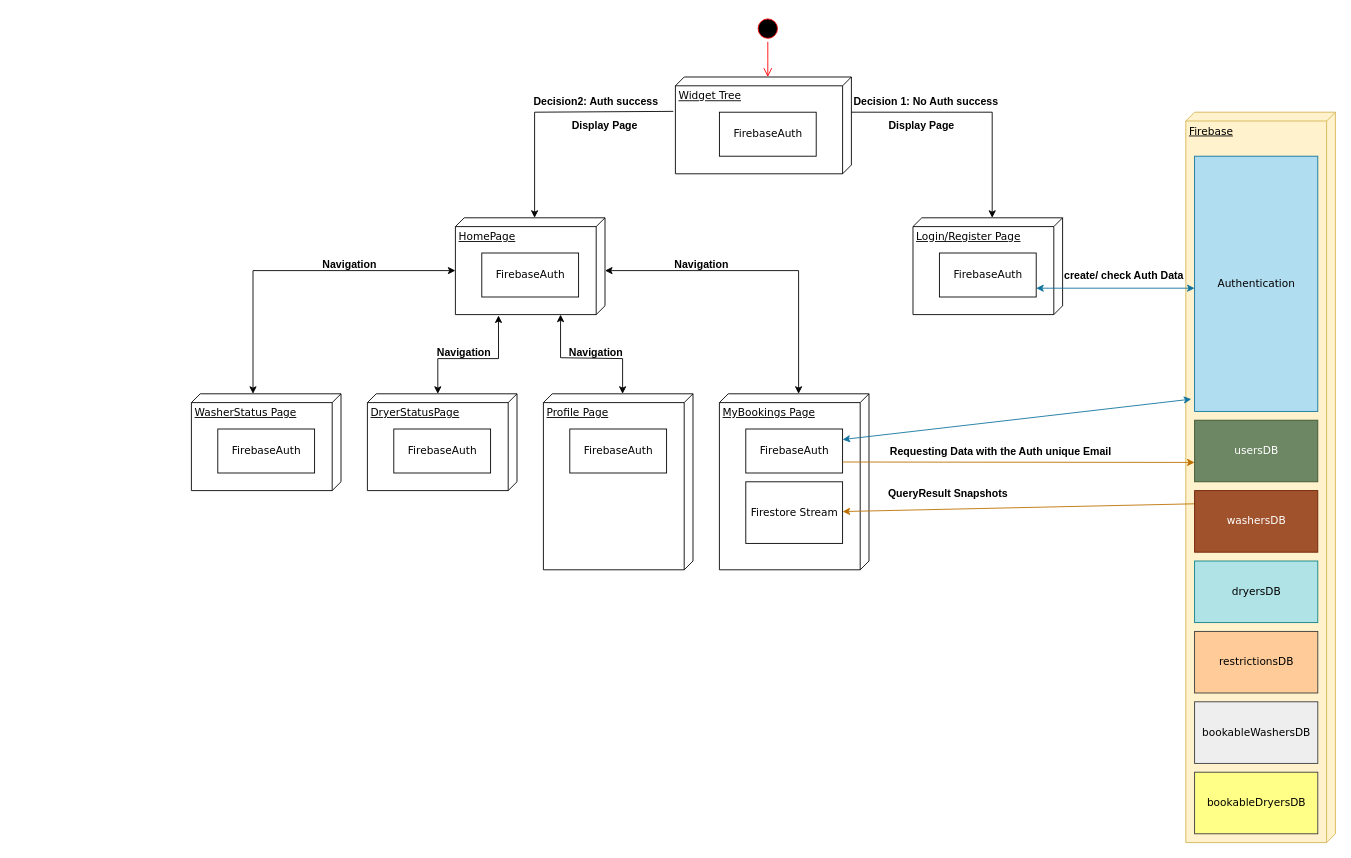
Earlier version of the draw.io diagram UML Diagramme/FlutterApp.drawio (PriXss/UMLDiagramme). Source tidied: cells renumbered, new cells numbered last; positions are measured from the earlier drawing's top-left corner, leaving out a move shared by most shapes. Both pictures are drawn from the tidied source at 88%, with x=0, y=0 at pixel (191, 15).
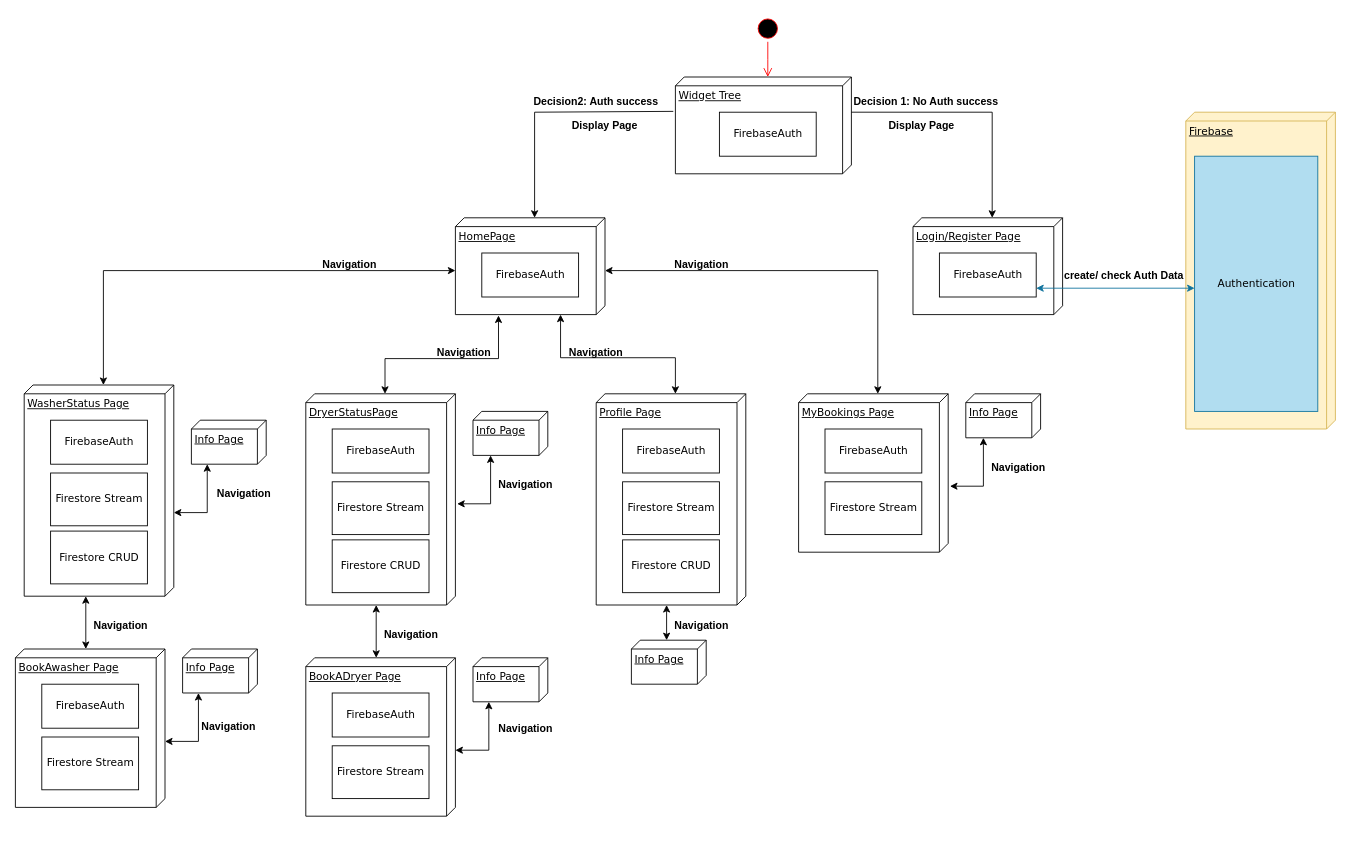
After the change.

The change refers to these unchanged cells:
```xml
<mxCell id="4" value="HomePage" style="verticalAlign=top;align=left;spacingTop=8;spacingLeft=2;spacingRight=12;shape=cube;size=10;direction=south;fontStyle=4;html=1;rounded=0;shadow=0;comic=0;labelBackgroundColor=none;strokeWidth=1;fontFamily=Verdana;fontSize=12;" parent="1" vertex="1">
  <mxGeometry x="300" y="230" width="170" height="110" as="geometry" />
</mxCell>
<mxCell id="11" value="Authentication" style="html=1;rounded=0;shadow=0;comic=0;labelBackgroundColor=none;strokeWidth=1;fontFamily=Verdana;fontSize=12;align=center;fillColor=#b1ddf0;strokeColor=#10739e;" parent="1" vertex="1">
  <mxGeometry x="1140" y="160" width="140" height="290" as="geometry" />
</mxCell>
```

Diff of the diagram source:
```diff
@@
     <mxCell id="10" value="Firebase" style="verticalAlign=top;align=left;spacingTop=8;spacingLeft=2;spacingRight=12;shape=cube;size=10;direction=south;fontStyle=4;html=1;rounded=0;shadow=0;comic=0;labelBackgroundColor=none;strokeWidth=1;fontFamily=Verdana;fontSize=12;fillColor=#fff2cc;strokeColor=#d6b656;" parent="1" vertex="1">
-      <mxGeometry x="1130" y="110" width="170" height="830" as="geometry" />
+      <mxGeometry x="1130" y="110" width="170" height="360" as="geometry" />
     </mxCell>
@@
     <mxCell id="20" value="WasherStatus Page" style="verticalAlign=top;align=left;spacingTop=8;spacingLeft=2;spacingRight=12;shape=cube;size=10;direction=south;fontStyle=4;html=1;rounded=0;shadow=0;comic=0;labelBackgroundColor=none;strokeWidth=1;fontFamily=Verdana;fontSize=12;" parent="1" vertex="1">
-      <mxGeometry y="430" width="170" height="110" as="geometry" />
+      <mxGeometry x="-190" y="420" width="170" height="240" as="geometry" />
     </mxCell>
     <mxCell id="21" value="FirebaseAuth" style="html=1;rounded=0;shadow=0;comic=0;labelBackgroundColor=none;strokeWidth=1;fontFamily=Verdana;fontSize=12;align=center;" parent="1" vertex="1">
-      <mxGeometry x="30" y="470" width="110" height="50" as="geometry" />
+      <mxGeometry x="-160" y="460" width="110" height="50" as="geometry" />
     </mxCell>
     <mxCell id="22" value="DryerStatusPage" style="verticalAlign=top;align=left;spacingTop=8;spacingLeft=2;spacingRight=12;shape=cube;size=10;direction=south;fontStyle=4;html=1;rounded=0;shadow=0;comic=0;labelBackgroundColor=none;strokeWidth=1;fontFamily=Verdana;fontSize=12;" parent="1" vertex="1">
-      <mxGeometry x="200" y="430" width="170" height="110" as="geometry" />
+      <mxGeometry x="130" y="430" width="170" height="240" as="geometry" />
     </mxCell>
     <mxCell id="23" value="FirebaseAuth" style="html=1;rounded=0;shadow=0;comic=0;labelBackgroundColor=none;strokeWidth=1;fontFamily=Verdana;fontSize=12;align=center;" parent="1" vertex="1">
-      <mxGeometry x="230" y="470" width="110" height="50" as="geometry" />
+      <mxGeometry x="160" y="470" width="110" height="50" as="geometry" />
     </mxCell>
     <mxCell id="24" value="Profile Page" style="verticalAlign=top;align=left;spacingTop=8;spacingLeft=2;spacingRight=12;shape=cube;size=10;direction=south;fontStyle=4;html=1;rounded=0;shadow=0;comic=0;labelBackgroundColor=none;strokeWidth=1;fontFamily=Verdana;fontSize=12;" parent="1" vertex="1">
-      <mxGeometry x="400" y="430" width="170" height="200" as="geometry" />
+      <mxGeometry x="460" y="430" width="170" height="240" as="geometry" />
     </mxCell>
     <mxCell id="25" value="FirebaseAuth" style="html=1;rounded=0;shadow=0;comic=0;labelBackgroundColor=none;strokeWidth=1;fontFamily=Verdana;fontSize=12;align=center;" parent="1" vertex="1">
-      <mxGeometry x="430" y="470" width="110" height="50" as="geometry" />
+      <mxGeometry x="490" y="470" width="110" height="50" as="geometry" />
     </mxCell>
     <mxCell id="26" value="MyBookings Page" style="verticalAlign=top;align=left;spacingTop=8;spacingLeft=2;spacingRight=12;shape=cube;size=10;direction=south;fontStyle=4;html=1;rounded=0;shadow=0;comic=0;labelBackgroundColor=none;strokeWidth=1;fontFamily=Verdana;fontSize=12;" parent="1" vertex="1">
-      <mxGeometry x="600" y="430" width="170" height="200" as="geometry" />
+      <mxGeometry x="690" y="430" width="170" height="180" as="geometry" />
     </mxCell>
     <mxCell id="27" value="FirebaseAuth" style="html=1;rounded=0;shadow=0;comic=0;labelBackgroundColor=none;strokeWidth=1;fontFamily=Verdana;fontSize=12;align=center;" parent="1" vertex="1">
-      <mxGeometry x="630" y="470" width="110" height="50" as="geometry" />
+      <mxGeometry x="720" y="470" width="110" height="50" as="geometry" />
     </mxCell>
-    <mxCell id="28" style="endArrow=classic;startArrow=classic;html=1;rounded=0;entryX=0;entryY=0;entryDx=60;entryDy=170;entryPerimeter=0;" parent="1" edge="1" target="4">
+    <mxCell id="28" style="endArrow=classic;startArrow=classic;html=1;rounded=0;entryX=0;entryY=0;entryDx=60;entryDy=170;entryPerimeter=0;exitX=0;exitY=0;exitDx=0;exitDy=80;exitPerimeter=0;" parent="1" edge="1" source="20" target="4">
       <mxGeometry relative="1" as="geometry">
-        <mxPoint x="70" y="430" as="sourcePoint" />
         <Array as="points">
-          <mxPoint x="70" y="290" />
+          <mxPoint x="-100" y="290" />
         </Array>
       </mxGeometry>
     </mxCell>
     <mxCell id="29" style="endArrow=classic;startArrow=classic;html=1;rounded=0;exitX=0;exitY=0;exitDx=0;exitDy=80;exitPerimeter=0;" parent="1" edge="1" source="26">
       <mxGeometry relative="1" as="geometry">
         <mxPoint x="470" y="290" as="targetPoint" />
         <Array as="points">
-          <mxPoint x="690" y="290" />
+          <mxPoint x="780" y="290" />
         </Array>
       </mxGeometry>
     </mxCell>
-    <mxCell id="30" style="endArrow=classic;startArrow=classic;html=1;rounded=0;entryX=1.009;entryY=0.712;entryDx=0;entryDy=0;entryPerimeter=0;" parent="1" edge="1" target="4">
+    <mxCell id="30" style="endArrow=classic;startArrow=classic;html=1;rounded=0;entryX=1.009;entryY=0.712;entryDx=0;entryDy=0;entryPerimeter=0;exitX=0;exitY=0;exitDx=0;exitDy=80;exitPerimeter=0;" parent="1" edge="1" source="22" target="4">
       <mxGeometry relative="1" as="geometry">
-        <mxPoint x="280" y="430" as="sourcePoint" />
         <Array as="points">
-          <mxPoint x="280" y="390" />
+          <mxPoint x="220" y="390" />
           <mxPoint x="349" y="390" />
         </Array>
       </mxGeometry>
     </mxCell>
     <mxCell id="31" style="endArrow=classic;startArrow=classic;html=1;rounded=0;entryX=1.009;entryY=0.712;entryDx=0;entryDy=0;entryPerimeter=0;exitX=0;exitY=0;exitDx=0;exitDy=80;exitPerimeter=0;" parent="1" edge="1" source="24">
       <mxGeometry relative="1" as="geometry">
         <mxPoint x="419.5" y="340" as="targetPoint" />
         <Array as="points">
-          <mxPoint x="490" y="390" />
+          <mxPoint x="550" y="389" />
           <mxPoint x="419.5" y="389" />
         </Array>
       </mxGeometry>
     </mxCell>
@@
     <mxCell id="36" value="Firestore Stream&lt;br&gt;" style="html=1;rounded=0;shadow=0;comic=0;labelBackgroundColor=none;strokeWidth=1;fontFamily=Verdana;fontSize=12;align=center;" parent="1" vertex="1">
-      <mxGeometry x="630" y="530" width="110" height="70" as="geometry" />
+      <mxGeometry x="720" y="530" width="110" height="60" as="geometry" />
     </mxCell>
-    <mxCell id="37" style="endArrow=classic;html=1;rounded=0;strokeWidth=1;fillColor=#f0a30a;strokeColor=#BD7000;" parent="1" edge="1" target="36">
-      <mxGeometry relative="1" as="geometry">
-        <mxPoint x="1140" y="555" as="sourcePoint" />
-      </mxGeometry>
-    </mxCell>
-    <mxCell id="38" value="QueryResult Snapshots" style="text;align=center;fontStyle=1;verticalAlign=middle;spacingLeft=3;spacingRight=3;strokeColor=none;" parent="1" vertex="1">
-      <mxGeometry x="780" y="530" width="160" height="26" as="geometry" />
-    </mxCell>
-    <mxCell id="39" style="endArrow=classic;html=1;rounded=0;strokeWidth=1;fillColor=#f0a30a;strokeColor=#BD7000;exitX=1;exitY=0.75;exitDx=0;exitDy=0;" parent="1" edge="1" source="27">
-      <mxGeometry relative="1" as="geometry">
-        <mxPoint x="1140" y="508" as="targetPoint" />
-      </mxGeometry>
-    </mxCell>
-    <mxCell id="40" value="Requesting Data with the Auth unique Email" style="text;align=center;fontStyle=1;verticalAlign=middle;spacingLeft=3;spacingRight=3;strokeColor=none;" parent="1" vertex="1">
-      <mxGeometry x="840" y="482" width="160" height="26" as="geometry" />
-    </mxCell>
-    <mxCell id="41" style="endArrow=classic;startArrow=classic;html=1;rounded=0;strokeWidth=1;entryX=-0.027;entryY=0.952;entryDx=0;entryDy=0;entryPerimeter=0;fillColor=#b1ddf0;strokeColor=#10739e;" parent="1" edge="1" target="11">
-      <mxGeometry relative="1" as="geometry">
-        <mxPoint x="740" y="482" as="sourcePoint" />
-      </mxGeometry>
-    </mxCell>
-    <mxCell id="42" value="usersDB" style="html=1;rounded=0;shadow=0;comic=0;labelBackgroundColor=none;strokeWidth=1;fontFamily=Verdana;fontSize=12;align=center;fillColor=#6d8764;strokeColor=#3A5431;fontColor=#ffffff;" parent="1" vertex="1">
-      <mxGeometry x="1140" y="460" width="140" height="70" as="geometry" />
-    </mxCell>
-    <mxCell id="43" value="washersDB" style="html=1;rounded=0;shadow=0;comic=0;labelBackgroundColor=none;strokeWidth=1;fontFamily=Verdana;fontSize=12;align=center;fillColor=#a0522d;strokeColor=#6D1F00;fontColor=#ffffff;" parent="1" vertex="1">
-      <mxGeometry x="1140" y="540" width="140" height="70" as="geometry" />
-    </mxCell>
-    <mxCell id="44" value="dryersDB" style="html=1;rounded=0;shadow=0;comic=0;labelBackgroundColor=none;strokeWidth=1;fontFamily=Verdana;fontSize=12;align=center;fillColor=#b0e3e6;strokeColor=#0e8088;" parent="1" vertex="1">
-      <mxGeometry x="1140" y="620" width="140" height="70" as="geometry" />
-    </mxCell>
-    <mxCell id="45" value="restrictionsDB" style="html=1;rounded=0;shadow=0;comic=0;labelBackgroundColor=none;strokeWidth=1;fontFamily=Verdana;fontSize=12;align=center;fillColor=#ffcc99;strokeColor=#36393d;" parent="1" vertex="1">
-      <mxGeometry x="1140" y="700" width="140" height="70" as="geometry" />
-    </mxCell>
-    <mxCell id="46" value="bookableWashersDB" style="html=1;rounded=0;shadow=0;comic=0;labelBackgroundColor=none;strokeWidth=1;fontFamily=Verdana;fontSize=12;align=center;fillColor=#eeeeee;strokeColor=#36393d;" parent="1" vertex="1">
-      <mxGeometry x="1140" y="780" width="140" height="70" as="geometry" />
-    </mxCell>
-    <mxCell id="47" value="bookableDryersDB" style="html=1;rounded=0;shadow=0;comic=0;labelBackgroundColor=none;strokeWidth=1;fontFamily=Verdana;fontSize=12;align=center;fillColor=#ffff88;strokeColor=#36393d;" parent="1" vertex="1">
-      <mxGeometry x="1140" y="860" width="140" height="70" as="geometry" />
-    </mxCell>
+    <mxCell id="48" value="Firestore Stream&lt;br&gt;" style="html=1;rounded=0;shadow=0;comic=0;labelBackgroundColor=none;strokeWidth=1;fontFamily=Verdana;fontSize=12;align=center;" parent="1" vertex="1">
+      <mxGeometry x="490" y="530" width="110" height="60" as="geometry" />
+    </mxCell>
+    <mxCell id="49" value="Firestore Stream&lt;br&gt;" style="html=1;rounded=0;shadow=0;comic=0;labelBackgroundColor=none;strokeWidth=1;fontFamily=Verdana;fontSize=12;align=center;" parent="1" vertex="1">
+      <mxGeometry x="160" y="530" width="110" height="60" as="geometry" />
+    </mxCell>
+    <mxCell id="50" value="Firestore Stream&lt;br&gt;" style="html=1;rounded=0;shadow=0;comic=0;labelBackgroundColor=none;strokeWidth=1;fontFamily=Verdana;fontSize=12;align=center;" parent="1" vertex="1">
+      <mxGeometry x="-160" y="520" width="110" height="60" as="geometry" />
+    </mxCell>
+    <mxCell id="51" style="endArrow=classic;startArrow=classic;html=1;rounded=0;strokeColor=#000000;strokeWidth=1;fontColor=#000000;" parent="1" edge="1">
+      <mxGeometry relative="1" as="geometry">
+        <mxPoint x="-120" y="720" as="sourcePoint" />
+        <mxPoint x="-120" y="660" as="targetPoint" />
+      </mxGeometry>
+    </mxCell>
+    <mxCell id="52" value="Navigation" style="text;align=center;fontStyle=1;verticalAlign=middle;spacingLeft=3;spacingRight=3;strokeColor=none;" parent="1" vertex="1">
+      <mxGeometry x="-160" y="680" width="160" height="26" as="geometry" />
+    </mxCell>
+    <mxCell id="53" style="endArrow=classic;startArrow=classic;html=1;rounded=0;strokeColor=#000000;strokeWidth=1;fontColor=#000000;" parent="1" edge="1">
+      <mxGeometry relative="1" as="geometry">
+        <mxPoint x="210" y="730" as="sourcePoint" />
+        <mxPoint x="210" y="670" as="targetPoint" />
+      </mxGeometry>
+    </mxCell>
+    <mxCell id="54" value="Navigation" style="text;align=center;fontStyle=1;verticalAlign=middle;spacingLeft=3;spacingRight=3;strokeColor=none;" parent="1" vertex="1">
+      <mxGeometry x="170" y="690" width="160" height="26" as="geometry" />
+    </mxCell>
+    <mxCell id="55" value="BookAwasher Page" style="verticalAlign=top;align=left;spacingTop=8;spacingLeft=2;spacingRight=12;shape=cube;size=10;direction=south;fontStyle=4;html=1;rounded=0;shadow=0;comic=0;labelBackgroundColor=none;strokeWidth=1;fontFamily=Verdana;fontSize=12;" parent="1" vertex="1">
+      <mxGeometry x="-200" y="720" width="170" height="180" as="geometry" />
+    </mxCell>
+    <mxCell id="56" value="FirebaseAuth" style="html=1;rounded=0;shadow=0;comic=0;labelBackgroundColor=none;strokeWidth=1;fontFamily=Verdana;fontSize=12;align=center;" parent="1" vertex="1">
+      <mxGeometry x="-170" y="760" width="110" height="50" as="geometry" />
+    </mxCell>
+    <mxCell id="57" value="Firestore Stream&lt;br&gt;" style="html=1;rounded=0;shadow=0;comic=0;labelBackgroundColor=none;strokeWidth=1;fontFamily=Verdana;fontSize=12;align=center;" parent="1" vertex="1">
+      <mxGeometry x="-170" y="820" width="110" height="60" as="geometry" />
+    </mxCell>
+    <mxCell id="58" value="BookADryer Page" style="verticalAlign=top;align=left;spacingTop=8;spacingLeft=2;spacingRight=12;shape=cube;size=10;direction=south;fontStyle=4;html=1;rounded=0;shadow=0;comic=0;labelBackgroundColor=none;strokeWidth=1;fontFamily=Verdana;fontSize=12;" parent="1" vertex="1">
+      <mxGeometry x="130" y="730" width="170" height="180" as="geometry" />
+    </mxCell>
+    <mxCell id="59" value="FirebaseAuth" style="html=1;rounded=0;shadow=0;comic=0;labelBackgroundColor=none;strokeWidth=1;fontFamily=Verdana;fontSize=12;align=center;" parent="1" vertex="1">
+      <mxGeometry x="160" y="770" width="110" height="50" as="geometry" />
+    </mxCell>
+    <mxCell id="60" value="Firestore Stream&lt;br&gt;" style="html=1;rounded=0;shadow=0;comic=0;labelBackgroundColor=none;strokeWidth=1;fontFamily=Verdana;fontSize=12;align=center;" parent="1" vertex="1">
+      <mxGeometry x="160" y="830" width="110" height="60" as="geometry" />
+    </mxCell>
+    <mxCell id="61" value="Firestore CRUD" style="html=1;rounded=0;shadow=0;comic=0;labelBackgroundColor=none;strokeWidth=1;fontFamily=Verdana;fontSize=12;align=center;" parent="1" vertex="1">
+      <mxGeometry x="160" y="596" width="110" height="60" as="geometry" />
+    </mxCell>
+    <mxCell id="62" value="Firestore CRUD" style="html=1;rounded=0;shadow=0;comic=0;labelBackgroundColor=none;strokeWidth=1;fontFamily=Verdana;fontSize=12;align=center;" parent="1" vertex="1">
+      <mxGeometry x="490" y="596" width="110" height="60" as="geometry" />
+    </mxCell>
+    <mxCell id="63" value="Firestore CRUD" style="html=1;rounded=0;shadow=0;comic=0;labelBackgroundColor=none;strokeWidth=1;fontFamily=Verdana;fontSize=12;align=center;" parent="1" vertex="1">
+      <mxGeometry x="-160" y="586" width="110" height="60" as="geometry" />
+    </mxCell>
+    <mxCell id="64" value="Info Page" style="verticalAlign=top;align=left;spacingTop=8;spacingLeft=2;spacingRight=12;shape=cube;size=10;direction=south;fontStyle=4;html=1;rounded=0;shadow=0;comic=0;labelBackgroundColor=none;strokeWidth=1;fontFamily=Verdana;fontSize=12;" parent="1" vertex="1">
+      <mxGeometry x="320" y="450" width="85" height="50" as="geometry" />
+    </mxCell>
+    <mxCell id="65" value="Info Page" style="verticalAlign=top;align=left;spacingTop=8;spacingLeft=2;spacingRight=12;shape=cube;size=10;direction=south;fontStyle=4;html=1;rounded=0;shadow=0;comic=0;labelBackgroundColor=none;strokeWidth=1;fontFamily=Verdana;fontSize=12;" parent="1" vertex="1">
+      <mxGeometry y="460" width="85" height="50" as="geometry" />
+    </mxCell>
+    <mxCell id="66" value="Info Page" style="verticalAlign=top;align=left;spacingTop=8;spacingLeft=2;spacingRight=12;shape=cube;size=10;direction=south;fontStyle=4;html=1;rounded=0;shadow=0;comic=0;labelBackgroundColor=none;strokeWidth=1;fontFamily=Verdana;fontSize=12;" parent="1" vertex="1">
+      <mxGeometry x="500" y="710" width="85" height="50" as="geometry" />
+    </mxCell>
+    <mxCell id="67" style="endArrow=classic;startArrow=classic;html=1;rounded=0;strokeColor=#000000;strokeWidth=1;fontColor=#000000;exitX=0.521;exitY=-0.012;exitDx=0;exitDy=0;exitPerimeter=0;" parent="1" edge="1" source="22">
+      <mxGeometry relative="1" as="geometry">
+        <mxPoint x="340" y="500" as="targetPoint" />
+        <Array as="points">
+          <mxPoint x="340" y="555" />
+        </Array>
+      </mxGeometry>
+    </mxCell>
+    <mxCell id="68" value="Navigation" style="text;align=center;fontStyle=1;verticalAlign=middle;spacingLeft=3;spacingRight=3;strokeColor=none;" parent="1" vertex="1">
+      <mxGeometry x="300" y="520" width="160" height="26" as="geometry" />
+    </mxCell>
+    <mxCell id="69" value="Navigation" style="text;align=center;fontStyle=1;verticalAlign=middle;spacingLeft=3;spacingRight=3;strokeColor=none;" parent="1" vertex="1">
+      <mxGeometry x="-20" y="530" width="160" height="26" as="geometry" />
+    </mxCell>
+    <mxCell id="70" style="endArrow=classic;startArrow=classic;html=1;rounded=0;strokeColor=#000000;strokeWidth=1;fontColor=#000000;exitX=0.521;exitY=-0.012;exitDx=0;exitDy=0;exitPerimeter=0;" parent="1" edge="1">
+      <mxGeometry x="-1" y="263" relative="1" as="geometry">
+        <mxPoint x="-20" y="565" as="sourcePoint" />
+        <mxPoint x="18" y="510" as="targetPoint" />
+        <Array as="points">
+          <mxPoint x="18" y="565" />
+        </Array>
+        <mxPoint x="-262" y="238" as="offset" />
+      </mxGeometry>
+    </mxCell>
+    <mxCell id="71" value="Info Page" style="verticalAlign=top;align=left;spacingTop=8;spacingLeft=2;spacingRight=12;shape=cube;size=10;direction=south;fontStyle=4;html=1;rounded=0;shadow=0;comic=0;labelBackgroundColor=none;strokeWidth=1;fontFamily=Verdana;fontSize=12;" parent="1" vertex="1">
+      <mxGeometry x="-10" y="720" width="85" height="50" as="geometry" />
+    </mxCell>
+    <mxCell id="72" style="endArrow=classic;startArrow=classic;html=1;rounded=0;strokeColor=#000000;strokeWidth=1;fontColor=#000000;exitX=0.521;exitY=-0.012;exitDx=0;exitDy=0;exitPerimeter=0;" parent="1" edge="1">
+      <mxGeometry x="-1" y="263" relative="1" as="geometry">
+        <mxPoint x="-30" y="825" as="sourcePoint" />
+        <mxPoint x="8" y="770" as="targetPoint" />
+        <Array as="points">
+          <mxPoint x="8" y="825" />
+        </Array>
+        <mxPoint x="-262" y="238" as="offset" />
+      </mxGeometry>
+    </mxCell>
+    <mxCell id="73" value="Navigation" style="text;align=center;fontStyle=1;verticalAlign=middle;spacingLeft=3;spacingRight=3;strokeColor=none;" parent="1" vertex="1">
+      <mxGeometry x="-37.5" y="794" width="160" height="26" as="geometry" />
+    </mxCell>
+    <mxCell id="74" value="Navigation" style="text;align=center;fontStyle=1;verticalAlign=middle;spacingLeft=3;spacingRight=3;strokeColor=none;" parent="1" vertex="1">
+      <mxGeometry x="300" y="797" width="160" height="26" as="geometry" />
+    </mxCell>
+    <mxCell id="75" value="Info Page" style="verticalAlign=top;align=left;spacingTop=8;spacingLeft=2;spacingRight=12;shape=cube;size=10;direction=south;fontStyle=4;html=1;rounded=0;shadow=0;comic=0;labelBackgroundColor=none;strokeWidth=1;fontFamily=Verdana;fontSize=12;" parent="1" vertex="1">
+      <mxGeometry x="320" y="730" width="85" height="50" as="geometry" />
+    </mxCell>
+    <mxCell id="76" style="endArrow=classic;startArrow=classic;html=1;rounded=0;strokeColor=#000000;strokeWidth=1;fontColor=#000000;exitX=0.521;exitY=-0.012;exitDx=0;exitDy=0;exitPerimeter=0;" parent="1" edge="1">
+      <mxGeometry x="-1" y="263" relative="1" as="geometry">
+        <mxPoint x="300" y="835" as="sourcePoint" />
+        <mxPoint x="338" y="780" as="targetPoint" />
+        <Array as="points">
+          <mxPoint x="338" y="835" />
+        </Array>
+        <mxPoint x="-262" y="238" as="offset" />
+      </mxGeometry>
+    </mxCell>
+    <mxCell id="77" value="Info Page" style="verticalAlign=top;align=left;spacingTop=8;spacingLeft=2;spacingRight=12;shape=cube;size=10;direction=south;fontStyle=4;html=1;rounded=0;shadow=0;comic=0;labelBackgroundColor=none;strokeWidth=1;fontFamily=Verdana;fontSize=12;" parent="1" vertex="1">
+      <mxGeometry x="880" y="430" width="85" height="50" as="geometry" />
+    </mxCell>
+    <mxCell id="78" style="endArrow=classic;startArrow=classic;html=1;rounded=0;strokeColor=#000000;strokeWidth=1;fontColor=#000000;exitX=0.521;exitY=-0.012;exitDx=0;exitDy=0;exitPerimeter=0;" parent="1" edge="1">
+      <mxGeometry relative="1" as="geometry">
+        <mxPoint x="862" y="535" as="sourcePoint" />
+        <mxPoint x="900" y="480" as="targetPoint" />
+        <Array as="points">
+          <mxPoint x="900" y="535" />
+        </Array>
+      </mxGeometry>
+    </mxCell>
+    <mxCell id="79" value="Navigation" style="text;align=center;fontStyle=1;verticalAlign=middle;spacingLeft=3;spacingRight=3;strokeColor=none;" parent="1" vertex="1">
+      <mxGeometry x="860" y="500" width="160" height="26" as="geometry" />
+    </mxCell>
+    <mxCell id="80" style="endArrow=classic;startArrow=classic;html=1;rounded=0;strokeColor=#000000;strokeWidth=1;fontColor=#000000;" parent="1" edge="1">
+      <mxGeometry x="0.33" y="-650" relative="1" as="geometry">
+        <mxPoint x="540" y="710" as="sourcePoint" />
+        <mxPoint x="540" y="670" as="targetPoint" />
+      </mxGeometry>
+    </mxCell>
+    <mxCell id="81" value="Navigation" style="text;align=center;fontStyle=1;verticalAlign=middle;spacingLeft=3;spacingRight=3;strokeColor=none;" parent="1" vertex="1">
+      <mxGeometry x="500" y="680" width="160" height="26" as="geometry" />
+    </mxCell>
```
